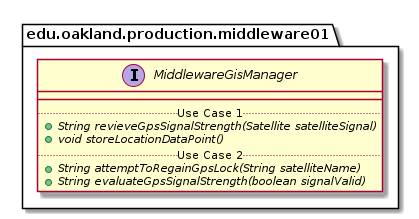
Earlier version of the PlantUML export docs/uml-class-diagrams/middleware01/production/MiddlewareGisManager/MiddlewareGisManager.png (elilley15/csi-3370-software-project).
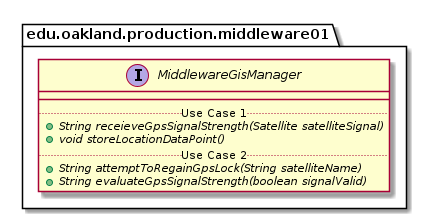
The same diagram one commit later.

Diff of the diagram source:
```diff
@@ -4,7 +4,7 @@
     interface MiddlewareGisManager {
         __
         .. Use Case 1 ..
-        {abstract} + String revieveGpsSignalStrength(Satellite satelliteSignal)
+        {abstract} + String receieveGpsSignalStrength(Satellite satelliteSignal)
         {abstract} + void storeLocationDataPoint()
         .. Use Case 2 ..
         {abstract} + String attemptToRegainGpsLock(String satelliteName)
```
